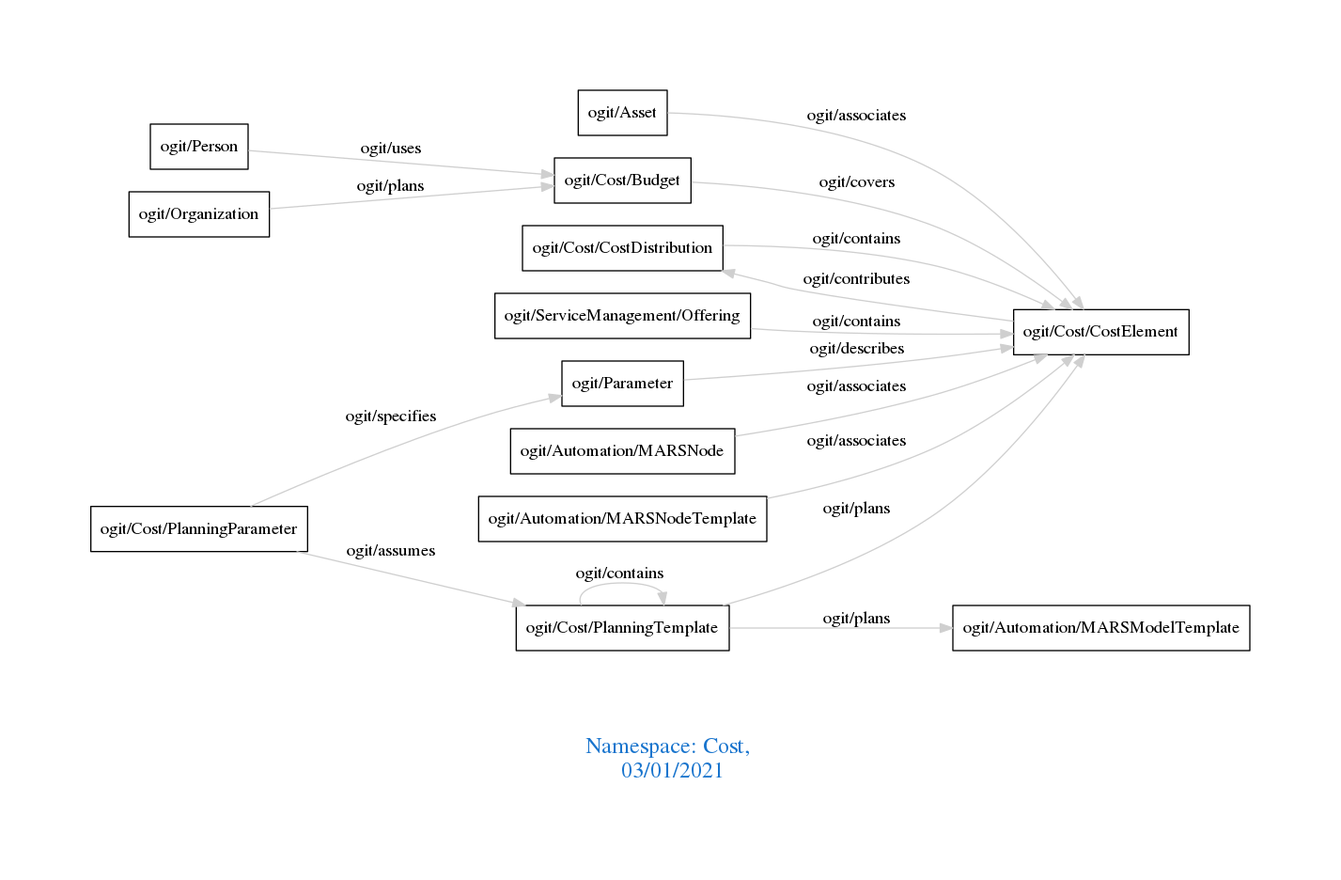
Above: downloads/Cost.png in arago/OGIT (Graphviz), before the change. Its source is kept beside it as downloads/Cost.dot.
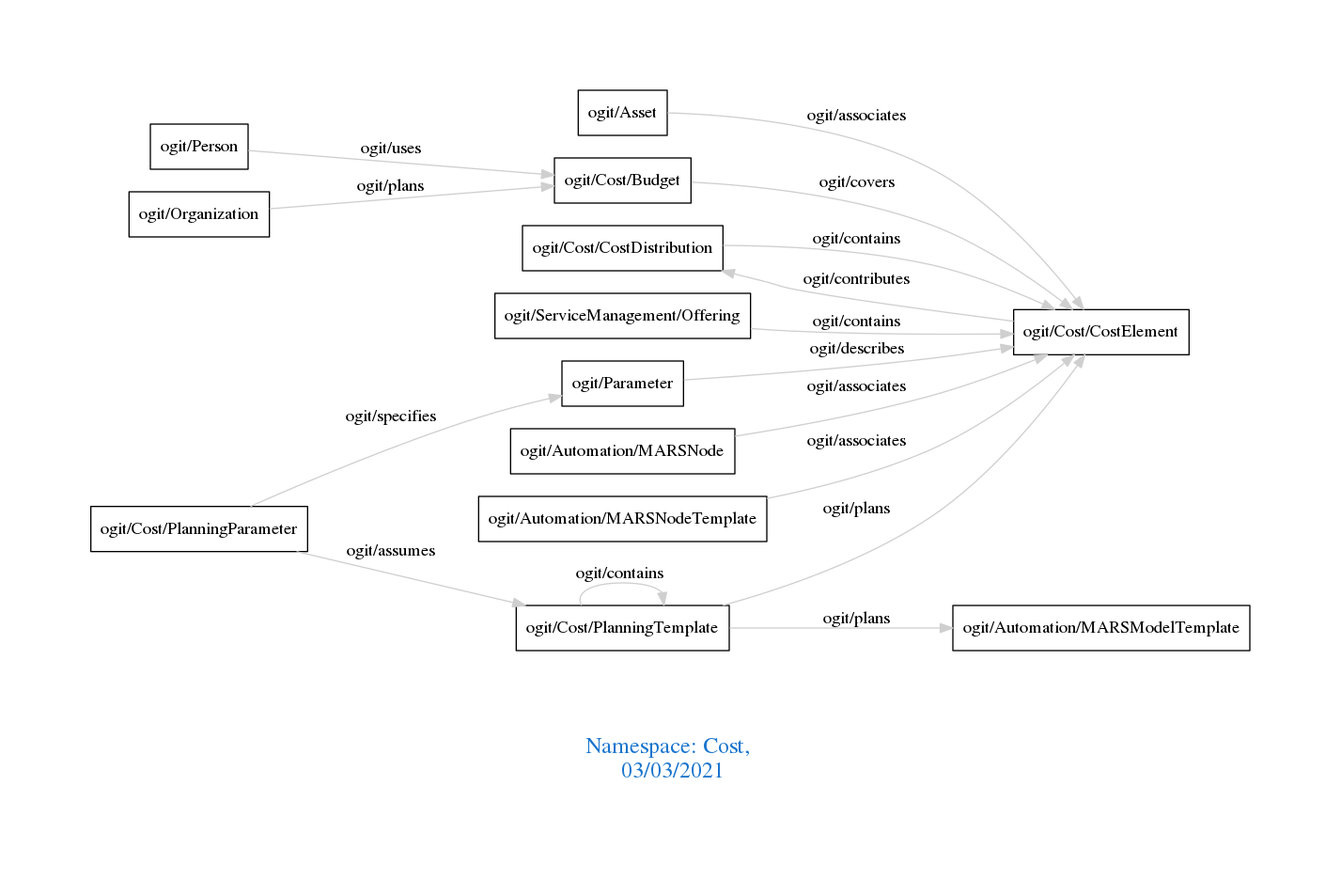
The same file after the commit.

Change to the diagram source:
```diff
@@ -1,7 +1,7 @@
 digraph OGIT_ontology {
  graph [ rankdir= LR,pad=1
 fontsize = 18,
-fontcolor= dodgerblue3,label = "\n\n\nNamespace: Cost, \n 03/01/2021"];
+fontcolor= dodgerblue3,label = "\n\n\nNamespace: Cost, \n 03/03/2021"];
 node[shape=polygon];
 edge [  color="gray81"];
 
```
